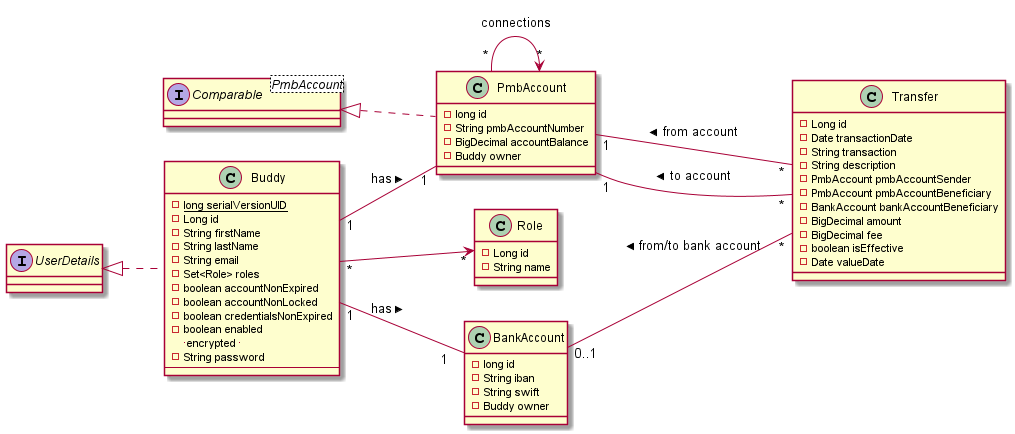
Earlier version of the PlantUML export classDiagram.png (Docky37/SendMoney). Source of this version:
```plantuml
@startuml classDiagram
class Buddy{
-{static}long serialVersionUID
-Long id
-String firstName
-String lastName
-String email
-Set<Role> roles
-boolean accountNonExpired
-boolean accountNonLocked
-boolean credentialsNonExpired
-boolean enabled
    -- encrypted --
-String password
--
}
interface UserDetails [[java:org.springframework.security.core.userdetails.UserDetails]] {
}
UserDetails <|.. Buddy


class Role {
    -Long id
    -String name
}

Buddy "*" --> "*" Role

class PmbAccount [[java:com.paymybuddy.sendmoney.moneyaccounts.model.PmbAccount]] {
    -long id
    -String pmbAccountNumber
    -BigDecimal accountBalance
    -Buddy owner
}
class PmbAccount [[java:com.paymybuddy.sendmoney.moneyaccounts.model.PmbAccount]] {
}
PmbAccount "*" --> "*" PmbAccount : connections
interface "Comparable<PmbAccount>" as Comparable_PmbAccount_ {
}
Comparable_PmbAccount_ <|.. PmbAccount

Left to right direction
Buddy "1  " --  "1" PmbAccount : > has


class BankAccount {
    -long id
    -String iban
    -String swift
    -Buddy owner
}


Buddy "1" --  "1  " BankAccount : > has

class Transfer {
    -Long id
    -Date transactionDate
    -String transaction
    -String description
    -PmbAccount pmbAccountSender
    -PmbAccount pmbAccountBeneficiary
    -BankAccount bankAccountBeneficiary
    -BigDecimal amount
    -BigDecimal fee
    -boolean isEffective
    -Date valueDate
}

PmbAccount "1" --  "*" Transfer : < from account
PmbAccount "1" --  "*" Transfer : < to account
BankAccount "0..1  " --  "*" Transfer : < from/to bank account

@enduml
```
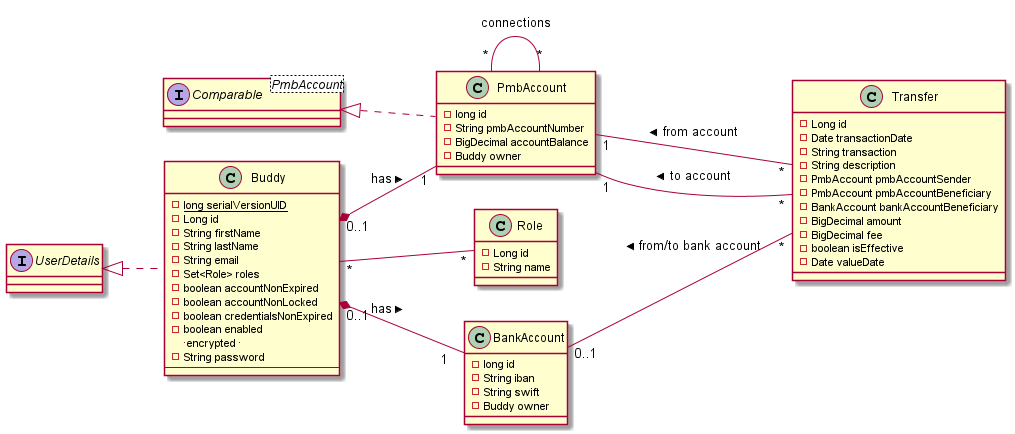
After the change.

Commit message:
feat: modify class diagram

What changed in the source:
```diff
@@ -14,34 +14,29 @@
 -String password
 --
 }
-interface UserDetails [[java:org.springframework.security.core.userdetails.UserDetails]] {
+interface UserDetails {
 }
 UserDetails <|.. Buddy
-
 
 class Role {
     -Long id
     -String name
 }
 
-Buddy "*" --> "*" Role
+Buddy "*" -- "*" Role
 
-class PmbAccount [[java:com.paymybuddy.sendmoney.moneyaccounts.model.PmbAccount]] {
+class PmbAccount {
     -long id
     -String pmbAccountNumber
     -BigDecimal accountBalance
     -Buddy owner
 }
-class PmbAccount [[java:com.paymybuddy.sendmoney.moneyaccounts.model.PmbAccount]] {
-}
-PmbAccount "*" --> "*" PmbAccount : connections
+PmbAccount "*" -- "*" PmbAccount : connections
 interface "Comparable<PmbAccount>" as Comparable_PmbAccount_ {
 }
 Comparable_PmbAccount_ <|.. PmbAccount
-
 Left to right direction
-Buddy "1  " --  "1" PmbAccount : > has
-
+Buddy "0..1  " *--  "1" PmbAccount : > has
 
 class BankAccount {
     -long id
@@ -49,9 +44,7 @@
     -String swift
     -Buddy owner
 }
-
-
-Buddy "1" --  "1  " BankAccount : > has
+Buddy "0..1" *--  "1  " BankAccount : > has
 
 class Transfer {
     -Long id
```
